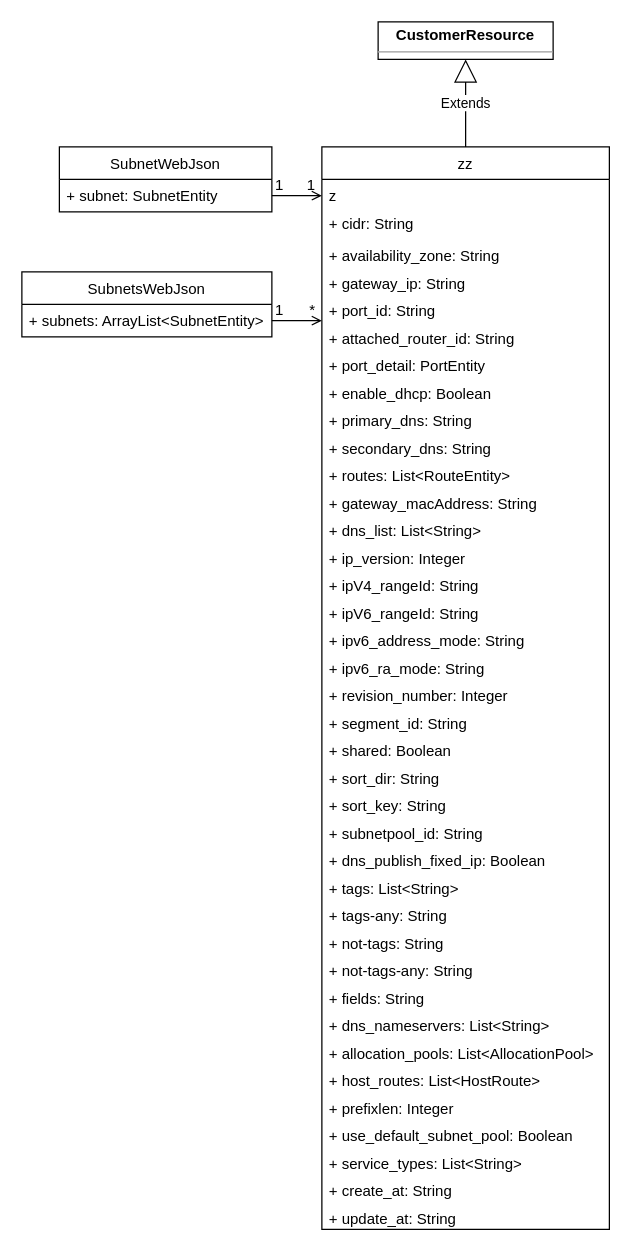
Before: port.drawio in cj-chung/diagrams, a draw.io diagram. Source tidied: cells renumbered, new cells numbered last; positions are measured from the earlier drawing's top-left corner, leaving out a move shared by most shapes. Both pictures are drawn from the tidied source at 125%, with x=0, y=0 at pixel (21, 21).
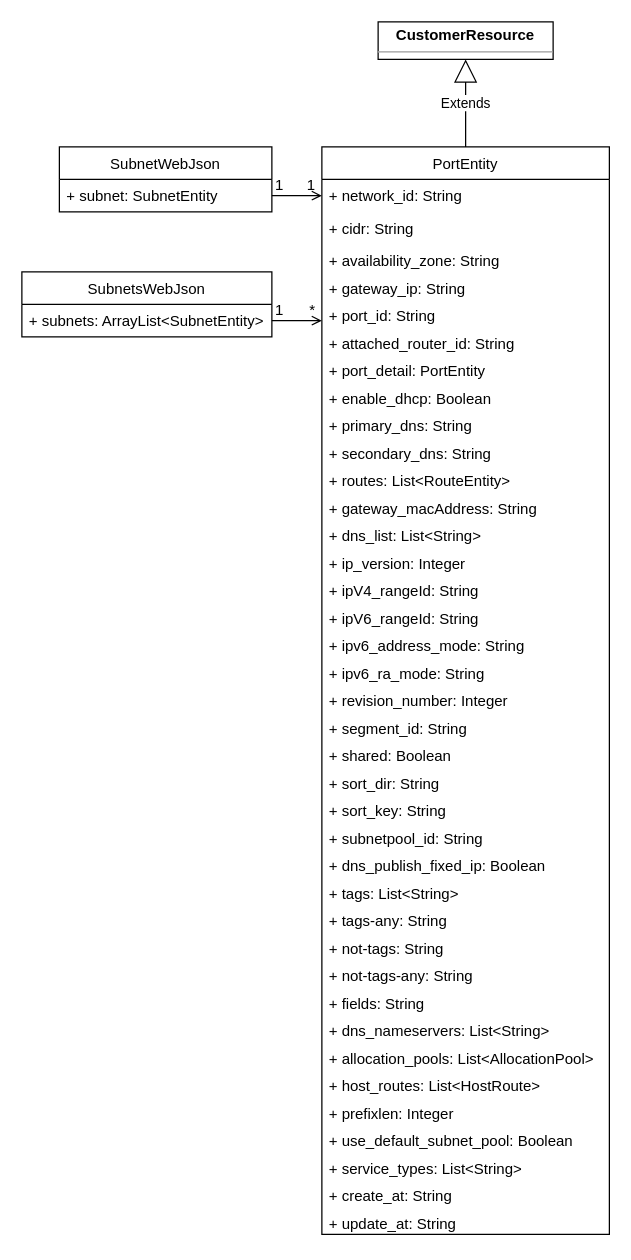
The same diagram, later.

Diff of the diagram source:
```diff
@@
-    <mxCell id="2" value="zz" style="swimlane;fontStyle=0;horizontal=1;startSize=26;fillColor=none;" parent="1" vertex="1">
-      <mxGeometry x="240" y="100" width="230" height="866" as="geometry" />
+    <mxCell id="2" value="PortEntity" style="swimlane;fontStyle=0;horizontal=1;startSize=26;fillColor=none;" parent="1" vertex="1">
+      <mxGeometry x="240" y="100" width="230" height="870" as="geometry" />
     </mxCell>
-    <mxCell id="3" value="z" style="text;strokeColor=none;fillColor=none;align=left;verticalAlign=top;spacingLeft=4;spacingRight=4;overflow=hidden;" parent="2" vertex="1">
-      <mxGeometry y="26" width="230" height="22" as="geometry" />
-    </mxCell>
+    <mxCell id="53" value="+ network_id: String" style="text;strokeColor=none;fillColor=none;align=left;verticalAlign=top;spacingLeft=4;spacingRight=4;overflow=hidden;" parent="2" vertex="1">
+      <mxGeometry y="26" width="230" height="26" as="geometry" />
+    </mxCell>
     <mxCell id="4" value="+ cidr: String" style="text;strokeColor=none;fillColor=none;align=left;verticalAlign=top;spacingLeft=4;spacingRight=4;overflow=hidden;" parent="2" vertex="1">
-      <mxGeometry y="48" width="230" height="26" as="geometry" />
+      <mxGeometry y="52" width="230" height="26" as="geometry" />
     </mxCell>
     <mxCell id="5" value="+ availability_zone: String&#10;" style="text;strokeColor=none;fillColor=none;align=left;verticalAlign=top;spacingLeft=4;spacingRight=4;overflow=hidden;" parent="2" vertex="1">
-      <mxGeometry y="74" width="230" height="22" as="geometry" />
+      <mxGeometry y="78" width="230" height="22" as="geometry" />
     </mxCell>
     <mxCell id="6" value="+ gateway_ip: String&#10;" style="text;strokeColor=none;fillColor=none;align=left;verticalAlign=top;spacingLeft=4;spacingRight=4;overflow=hidden;" parent="2" vertex="1">
-      <mxGeometry y="96" width="230" height="22" as="geometry" />
+      <mxGeometry y="100" width="230" height="22" as="geometry" />
     </mxCell>
     <mxCell id="7" value="+ port_id: String&#10;" style="text;strokeColor=none;fillColor=none;align=left;verticalAlign=top;spacingLeft=4;spacingRight=4;overflow=hidden;" parent="2" vertex="1">
-      <mxGeometry y="118" width="230" height="22" as="geometry" />
+      <mxGeometry y="122" width="230" height="22" as="geometry" />
     </mxCell>
     <mxCell id="8" value="+ attached_router_id: String&#10;" style="text;strokeColor=none;fillColor=none;align=left;verticalAlign=top;spacingLeft=4;spacingRight=4;overflow=hidden;" parent="2" vertex="1">
-      <mxGeometry y="140" width="230" height="22" as="geometry" />
+      <mxGeometry y="144" width="230" height="22" as="geometry" />
     </mxCell>
     <mxCell id="9" value="+ port_detail: PortEntity&#10;" style="text;strokeColor=none;fillColor=none;align=left;verticalAlign=top;spacingLeft=4;spacingRight=4;overflow=hidden;" parent="2" vertex="1">
-      <mxGeometry y="162" width="230" height="22" as="geometry" />
+      <mxGeometry y="166" width="230" height="22" as="geometry" />
     </mxCell>
     <mxCell id="10" value="+ enable_dhcp: Boolean&#10;" style="text;strokeColor=none;fillColor=none;align=left;verticalAlign=top;spacingLeft=4;spacingRight=4;overflow=hidden;" parent="2" vertex="1">
-      <mxGeometry y="184" width="230" height="22" as="geometry" />
+      <mxGeometry y="188" width="230" height="22" as="geometry" />
     </mxCell>
     <mxCell id="11" value="+ primary_dns: String&#10;" style="text;strokeColor=none;fillColor=none;align=left;verticalAlign=top;spacingLeft=4;spacingRight=4;overflow=hidden;" parent="2" vertex="1">
-      <mxGeometry y="206" width="230" height="22" as="geometry" />
+      <mxGeometry y="210" width="230" height="22" as="geometry" />
     </mxCell>
     <mxCell id="12" value="+ secondary_dns: String&#10;" style="text;strokeColor=none;fillColor=none;align=left;verticalAlign=top;spacingLeft=4;spacingRight=4;overflow=hidden;" parent="2" vertex="1">
-      <mxGeometry y="228" width="230" height="22" as="geometry" />
+      <mxGeometry y="232" width="230" height="22" as="geometry" />
     </mxCell>
     <mxCell id="13" value="+ routes: List&lt;RouteEntity&gt;&#10;" style="text;strokeColor=none;fillColor=none;align=left;verticalAlign=top;spacingLeft=4;spacingRight=4;overflow=hidden;" parent="2" vertex="1">
-      <mxGeometry y="250" width="230" height="22" as="geometry" />
+      <mxGeometry y="254" width="230" height="22" as="geometry" />
     </mxCell>
     <mxCell id="14" value="+ gateway_macAddress: String&#10;" style="text;strokeColor=none;fillColor=none;align=left;verticalAlign=top;spacingLeft=4;spacingRight=4;overflow=hidden;" parent="2" vertex="1">
-      <mxGeometry y="272" width="230" height="22" as="geometry" />
+      <mxGeometry y="276" width="230" height="22" as="geometry" />
     </mxCell>
     <mxCell id="15" value="+ dns_list: List&lt;String&gt;" style="text;strokeColor=none;fillColor=none;align=left;verticalAlign=top;spacingLeft=4;spacingRight=4;overflow=hidden;" parent="2" vertex="1">
-      <mxGeometry y="294" width="230" height="22" as="geometry" />
+      <mxGeometry y="298" width="230" height="22" as="geometry" />
     </mxCell>
     <mxCell id="16" value="+ ip_version: Integer&#10;" style="text;strokeColor=none;fillColor=none;align=left;verticalAlign=top;spacingLeft=4;spacingRight=4;overflow=hidden;" parent="2" vertex="1">
-      <mxGeometry y="316" width="230" height="22" as="geometry" />
+      <mxGeometry y="320" width="230" height="22" as="geometry" />
     </mxCell>
     <mxCell id="17" value="+ ipV4_rangeId: String&#10;" style="text;strokeColor=none;fillColor=none;align=left;verticalAlign=top;spacingLeft=4;spacingRight=4;overflow=hidden;" parent="2" vertex="1">
-      <mxGeometry y="338" width="230" height="22" as="geometry" />
+      <mxGeometry y="342" width="230" height="22" as="geometry" />
     </mxCell>
     <mxCell id="18" value="+ ipV6_rangeId: String&#10;" style="text;strokeColor=none;fillColor=none;align=left;verticalAlign=top;spacingLeft=4;spacingRight=4;overflow=hidden;" parent="2" vertex="1">
-      <mxGeometry y="360" width="230" height="22" as="geometry" />
+      <mxGeometry y="364" width="230" height="22" as="geometry" />
     </mxCell>
     <mxCell id="19" value="+ ipv6_address_mode: String&#10;" style="text;strokeColor=none;fillColor=none;align=left;verticalAlign=top;spacingLeft=4;spacingRight=4;overflow=hidden;" parent="2" vertex="1">
-      <mxGeometry y="382" width="230" height="22" as="geometry" />
+      <mxGeometry y="386" width="230" height="22" as="geometry" />
     </mxCell>
     <mxCell id="20" value="+ ipv6_ra_mode: String&#10;" style="text;strokeColor=none;fillColor=none;align=left;verticalAlign=top;spacingLeft=4;spacingRight=4;overflow=hidden;" parent="2" vertex="1">
-      <mxGeometry y="404" width="230" height="22" as="geometry" />
+      <mxGeometry y="408" width="230" height="22" as="geometry" />
     </mxCell>
     <mxCell id="21" value="+ revision_number: Integer&#10;" style="text;strokeColor=none;fillColor=none;align=left;verticalAlign=top;spacingLeft=4;spacingRight=4;overflow=hidden;" parent="2" vertex="1">
-      <mxGeometry y="426" width="230" height="22" as="geometry" />
+      <mxGeometry y="430" width="230" height="22" as="geometry" />
     </mxCell>
     <mxCell id="22" value="+ segment_id: String&#10;" style="text;strokeColor=none;fillColor=none;align=left;verticalAlign=top;spacingLeft=4;spacingRight=4;overflow=hidden;" parent="2" vertex="1">
-      <mxGeometry y="448" width="230" height="22" as="geometry" />
+      <mxGeometry y="452" width="230" height="22" as="geometry" />
     </mxCell>
     <mxCell id="23" value="+ shared: Boolean&#10;" style="text;strokeColor=none;fillColor=none;align=left;verticalAlign=top;spacingLeft=4;spacingRight=4;overflow=hidden;" parent="2" vertex="1">
-      <mxGeometry y="470" width="230" height="22" as="geometry" />
+      <mxGeometry y="474" width="230" height="22" as="geometry" />
     </mxCell>
     <mxCell id="24" value="+ sort_dir: String" style="text;strokeColor=none;fillColor=none;align=left;verticalAlign=top;spacingLeft=4;spacingRight=4;overflow=hidden;" parent="2" vertex="1">
-      <mxGeometry y="492" width="230" height="22" as="geometry" />
+      <mxGeometry y="496" width="230" height="22" as="geometry" />
     </mxCell>
     <mxCell id="25" value="+ sort_key: String" style="text;strokeColor=none;fillColor=none;align=left;verticalAlign=top;spacingLeft=4;spacingRight=4;overflow=hidden;" parent="2" vertex="1">
-      <mxGeometry y="514" width="230" height="22" as="geometry" />
+      <mxGeometry y="518" width="230" height="22" as="geometry" />
     </mxCell>
     <mxCell id="26" value="+ subnetpool_id: String" style="text;strokeColor=none;fillColor=none;align=left;verticalAlign=top;spacingLeft=4;spacingRight=4;overflow=hidden;" parent="2" vertex="1">
-      <mxGeometry y="536" width="230" height="22" as="geometry" />
+      <mxGeometry y="540" width="230" height="22" as="geometry" />
     </mxCell>
     <mxCell id="27" value="+ dns_publish_fixed_ip: Boolean&#10;" style="text;strokeColor=none;fillColor=none;align=left;verticalAlign=top;spacingLeft=4;spacingRight=4;overflow=hidden;" parent="2" vertex="1">
-      <mxGeometry y="558" width="230" height="22" as="geometry" />
+      <mxGeometry y="562" width="230" height="22" as="geometry" />
     </mxCell>
     <mxCell id="28" value="+ tags: List&lt;String&gt;&#10;" style="text;strokeColor=none;fillColor=none;align=left;verticalAlign=top;spacingLeft=4;spacingRight=4;overflow=hidden;" parent="2" vertex="1">
-      <mxGeometry y="580" width="230" height="22" as="geometry" />
+      <mxGeometry y="584" width="230" height="22" as="geometry" />
     </mxCell>
     <mxCell id="29" value="+ tags-any: String&#10;" style="text;strokeColor=none;fillColor=none;align=left;verticalAlign=top;spacingLeft=4;spacingRight=4;overflow=hidden;" parent="2" vertex="1">
-      <mxGeometry y="602" width="230" height="22" as="geometry" />
+      <mxGeometry y="606" width="230" height="22" as="geometry" />
     </mxCell>
     <mxCell id="30" value="+ not-tags: String&#10;" style="text;strokeColor=none;fillColor=none;align=left;verticalAlign=top;spacingLeft=4;spacingRight=4;overflow=hidden;" parent="2" vertex="1">
-      <mxGeometry y="624" width="230" height="22" as="geometry" />
+      <mxGeometry y="628" width="230" height="22" as="geometry" />
     </mxCell>
     <mxCell id="31" value="+ not-tags-any: String&#10;" style="text;strokeColor=none;fillColor=none;align=left;verticalAlign=top;spacingLeft=4;spacingRight=4;overflow=hidden;" parent="2" vertex="1">
-      <mxGeometry y="646" width="230" height="22" as="geometry" />
+      <mxGeometry y="650" width="230" height="22" as="geometry" />
     </mxCell>
     <mxCell id="32" value="+ fields: String&#10;" style="text;strokeColor=none;fillColor=none;align=left;verticalAlign=top;spacingLeft=4;spacingRight=4;overflow=hidden;" parent="2" vertex="1">
-      <mxGeometry y="668" width="230" height="22" as="geometry" />
+      <mxGeometry y="672" width="230" height="22" as="geometry" />
     </mxCell>
     <mxCell id="33" value="+ dns_nameservers: List&lt;String&gt;&#10;" style="text;strokeColor=none;fillColor=none;align=left;verticalAlign=top;spacingLeft=4;spacingRight=4;overflow=hidden;" parent="2" vertex="1">
-      <mxGeometry y="690" width="230" height="22" as="geometry" />
+      <mxGeometry y="694" width="230" height="22" as="geometry" />
     </mxCell>
     <mxCell id="34" value="+ allocation_pools: List&lt;AllocationPool&gt;&#10;" style="text;strokeColor=none;fillColor=none;align=left;verticalAlign=top;spacingLeft=4;spacingRight=4;overflow=hidden;" parent="2" vertex="1">
-      <mxGeometry y="712" width="230" height="22" as="geometry" />
+      <mxGeometry y="716" width="230" height="22" as="geometry" />
     </mxCell>
     <mxCell id="35" value="+ host_routes: List&lt;HostRoute&gt;&#10;" style="text;strokeColor=none;fillColor=none;align=left;verticalAlign=top;spacingLeft=4;spacingRight=4;overflow=hidden;" parent="2" vertex="1">
-      <mxGeometry y="734" width="230" height="22" as="geometry" />
+      <mxGeometry y="738" width="230" height="22" as="geometry" />
     </mxCell>
     <mxCell id="36" value="+ prefixlen: Integer&#10;" style="text;strokeColor=none;fillColor=none;align=left;verticalAlign=top;spacingLeft=4;spacingRight=4;overflow=hidden;" parent="2" vertex="1">
-      <mxGeometry y="756" width="230" height="22" as="geometry" />
+      <mxGeometry y="760" width="230" height="22" as="geometry" />
     </mxCell>
     <mxCell id="37" value="+ use_default_subnet_pool: Boolean&#10;" style="text;strokeColor=none;fillColor=none;align=left;verticalAlign=top;spacingLeft=4;spacingRight=4;overflow=hidden;" parent="2" vertex="1">
-      <mxGeometry y="778" width="230" height="22" as="geometry" />
+      <mxGeometry y="782" width="230" height="22" as="geometry" />
     </mxCell>
     <mxCell id="38" value="+ service_types: List&lt;String&gt;&#10;" style="text;strokeColor=none;fillColor=none;align=left;verticalAlign=top;spacingLeft=4;spacingRight=4;overflow=hidden;" parent="2" vertex="1">
-      <mxGeometry y="800" width="230" height="22" as="geometry" />
+      <mxGeometry y="804" width="230" height="22" as="geometry" />
     </mxCell>
     <mxCell id="39" value="+ create_at: String&#10;" style="text;strokeColor=none;fillColor=none;align=left;verticalAlign=top;spacingLeft=4;spacingRight=4;overflow=hidden;" parent="2" vertex="1">
-      <mxGeometry y="822" width="230" height="22" as="geometry" />
+      <mxGeometry y="826" width="230" height="22" as="geometry" />
     </mxCell>
     <mxCell id="40" value="+ update_at: String&#10;" style="text;strokeColor=none;fillColor=none;align=left;verticalAlign=top;spacingLeft=4;spacingRight=4;overflow=hidden;" parent="2" vertex="1">
-      <mxGeometry y="844" width="230" height="22" as="geometry" />
+      <mxGeometry y="848" width="230" height="22" as="geometry" />
     </mxCell>
```
